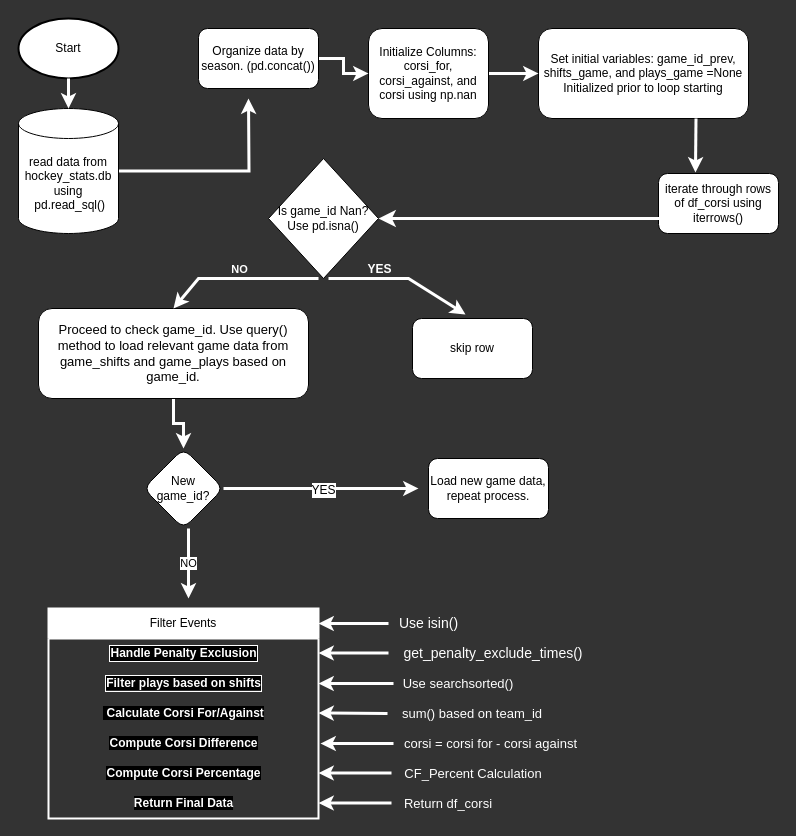
Earlier version of the draw.io diagram flowforcorsi.drawio (ewnike/cost_cup). Source tidied: cells renumbered, new cells numbered last; positions are measured from the earlier drawing's top-left corner, leaving out a move shared by most shapes. Both pictures are drawn from the tidied source at 100%, with x=0, y=0 at pixel (18, 18).
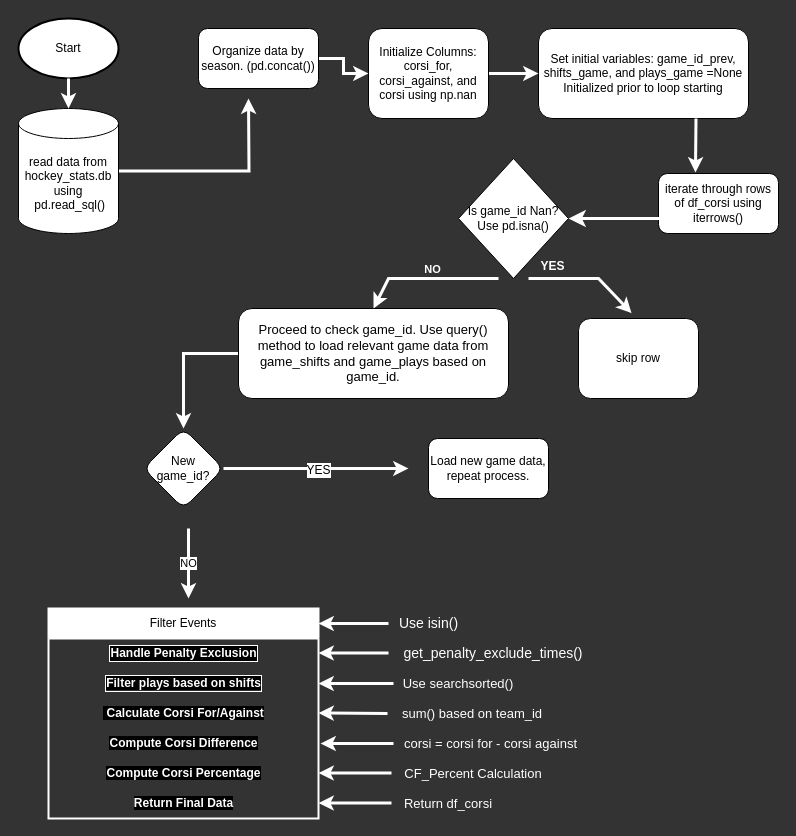
After the change.

The change refers to these unchanged cells:
```xml
<mxCell id="14" value="Filter Events" style="swimlane;fontStyle=0;horizontal=1;startSize=30;whiteSpace=wrap;strokeWidth=2;perimeterSpacing=2;labelBackgroundColor=default;labelBorderColor=#FFFFFF;strokeColor=#FFFFFF;swimlaneFillColor=none;fixDash=1;direction=east;perimeter=stepPerimeter;html=1;flipH=0;rotation=0;" parent="1" vertex="1">
  <mxGeometry x="30" y="590" width="270" height="210" as="geometry" />
</mxCell>
```

What changed in the source:
```diff
@@
     <mxCell id="8" value="Is game_id Nan? Use pd.isna()" style="rhombus;whiteSpace=wrap;html=1;labelBackgroundColor=none;" parent="1" vertex="1">
-      <mxGeometry x="250" y="140" width="110" height="120" as="geometry" />
+      <mxGeometry x="440" y="140" width="110" height="120" as="geometry" />
     </mxCell>
     <mxCell id="9" value="skip row" style="rounded=1;whiteSpace=wrap;html=1;labelBackgroundColor=none;" parent="1" vertex="1">
-      <mxGeometry x="394" y="300" width="120" height="60" as="geometry" />
+      <mxGeometry x="560" y="300" width="120" height="80" as="geometry" />
     </mxCell>
@@
     <mxCell id="11" value="Proceed to check game_id. Use query() method to load relevant game data from game_shifts and game_plays based on game_id." style="rounded=1;whiteSpace=wrap;html=1;direction=west;labelBackgroundColor=none;fontSize=13;" parent="1" vertex="1">
-      <mxGeometry x="20" y="290" width="270" height="90" as="geometry" />
+      <mxGeometry x="220" y="290" width="270" height="90" as="geometry" />
     </mxCell>
     <mxCell id="12" value="New game_id?" style="rhombus;whiteSpace=wrap;html=1;rounded=1;labelBackgroundColor=none;" parent="1" vertex="1">
-      <mxGeometry x="125" y="430" width="80" height="80" as="geometry" />
+      <mxGeometry x="125" y="410" width="80" height="80" as="geometry" />
     </mxCell>
     <mxCell id="13" value="Load new game data, repeat process." style="rounded=1;whiteSpace=wrap;html=1;labelBackgroundColor=none;" parent="1" vertex="1">
-      <mxGeometry x="410" y="440" width="120" height="60" as="geometry" />
+      <mxGeometry x="410" y="420" width="120" height="60" as="geometry" />
     </mxCell>
@@
-    <mxCell id="17" value="&lt;b style=&quot;caret-color: rgb(255, 255, 255); color: rgb(255, 255, 255); font-family: Helvetica; font-size: 12px; font-style: normal; font-variant-caps: normal; letter-spacing: normal; orphans: auto; text-align: center; text-indent: 0px; text-transform: none; white-space: nowrap; widows: auto; word-spacing: 0px; -webkit-text-stroke-width: 0px; background-color: rgb(0, 0, 0); text-decoration: none;&quot;&gt;&amp;nbsp;Calculate Corsi For/Against&lt;/b&gt;" style="text;html=1;align=center;verticalAlign=middle;fillColor=none;labelBackgroundColor=none;imageHeight=36;" parent="14" vertex="1">
+    <mxCell id="17" value="&lt;b style=&quot;caret-color: rgb(255, 255, 255); color: rgb(255, 255, 255); font-family: Helvetica; font-size: 12px; font-style: normal; font-variant-caps: normal; letter-spacing: normal; orphans: auto; text-align: center; text-indent: 0px; text-transform: none; white-space: nowrap; widows: auto; word-spacing: 0px; -webkit-text-stroke-width: 0px; background-color: rgb(0, 0, 0); text-decoration: none;&quot;&gt;&amp;nbsp;Calculate Corsi For/Against&lt;/b&gt;" style="text;html=1;align=center;verticalAlign=middle;fillColor=none;labelBackgroundColor=none;imageHeight=36;perimeterSpacing=3;strokeWidth=3;" parent="14" vertex="1">
       <mxGeometry y="90" width="270" height="30" as="geometry" />
     </mxCell>
@@
     <mxCell id="21" style="endArrow=classic;html=1;rounded=0;entryX=0.5;entryY=1;entryDx=0;entryDy=0;labelBackgroundColor=none;fontColor=default;strokeColor=#FFFFFF;strokeWidth=3;" parent="1" edge="1" target="11">
       <mxGeometry relative="1" as="geometry">
-        <mxPoint x="300" y="260" as="sourcePoint" />
+        <mxPoint x="480" y="260" as="sourcePoint" />
         <Array as="points">
-          <mxPoint x="180" y="260" />
+          <mxPoint x="370" y="260" />
         </Array>
       </mxGeometry>
     </mxCell>
     <mxCell id="22" style="endArrow=classic;html=1;rounded=0;entryX=0.442;entryY=-0.067;entryDx=0;entryDy=0;entryPerimeter=0;labelBackgroundColor=none;fontColor=default;strokeColor=#FFFFFF;strokeWidth=3;" parent="1" edge="1" target="9">
       <mxGeometry relative="1" as="geometry">
-        <mxPoint x="310" y="260" as="sourcePoint" />
+        <mxPoint x="510" y="260" as="sourcePoint" />
         <Array as="points">
-          <mxPoint x="390" y="260" />
+          <mxPoint x="580" y="260" />
         </Array>
       </mxGeometry>
     </mxCell>
     <mxCell id="23" value="&lt;b&gt;&lt;font style=&quot;font-size: 12px;&quot; color=&quot;#ffffff&quot;&gt;YES&lt;/font&gt;&lt;/b&gt;" style="edgeLabel;html=1;align=center;verticalAlign=middle;labelBackgroundColor=none;" parent="22" vertex="1">
       <mxGeometry relative="1" as="geometry">
-        <mxPoint x="-24" y="-10" as="offset" />
+        <mxPoint x="-36" y="-13" as="offset" />
       </mxGeometry>
     </mxCell>
@@
     <mxCell id="26" style="endArrow=classic;html=1;rounded=0;exitX=1;exitY=0.5;exitDx=0;exitDy=0;strokeWidth=3;strokeColor=#FFFFFF;" parent="1" edge="1" source="12">
       <mxGeometry relative="1" as="geometry">
-        <mxPoint x="400" y="470" as="targetPoint" />
+        <mxPoint x="390" y="450" as="targetPoint" />
       </mxGeometry>
     </mxCell>
```
